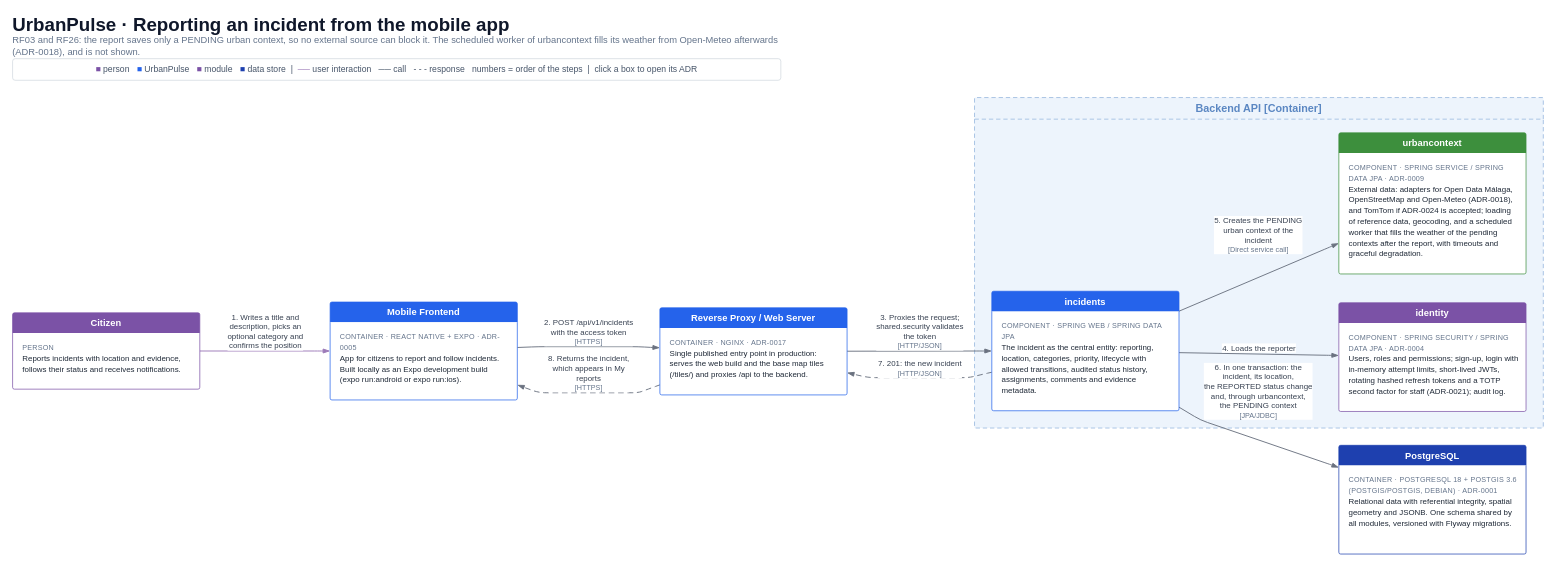
Before: page "10 · Reporting an incident from the mobile app" (10 of 10) of docs/architecture/UrbanPulse-C4.drawio in Dalibex/urban-incidence-manager, a draw.io diagram. Source tidied: cells renumbered, new cells numbered last; positions are measured from the earlier drawing's top-left corner, leaving out a move shared by most shapes. Both pictures are drawn from the tidied source at 72%, with x=0, y=0 at pixel (12, 12).
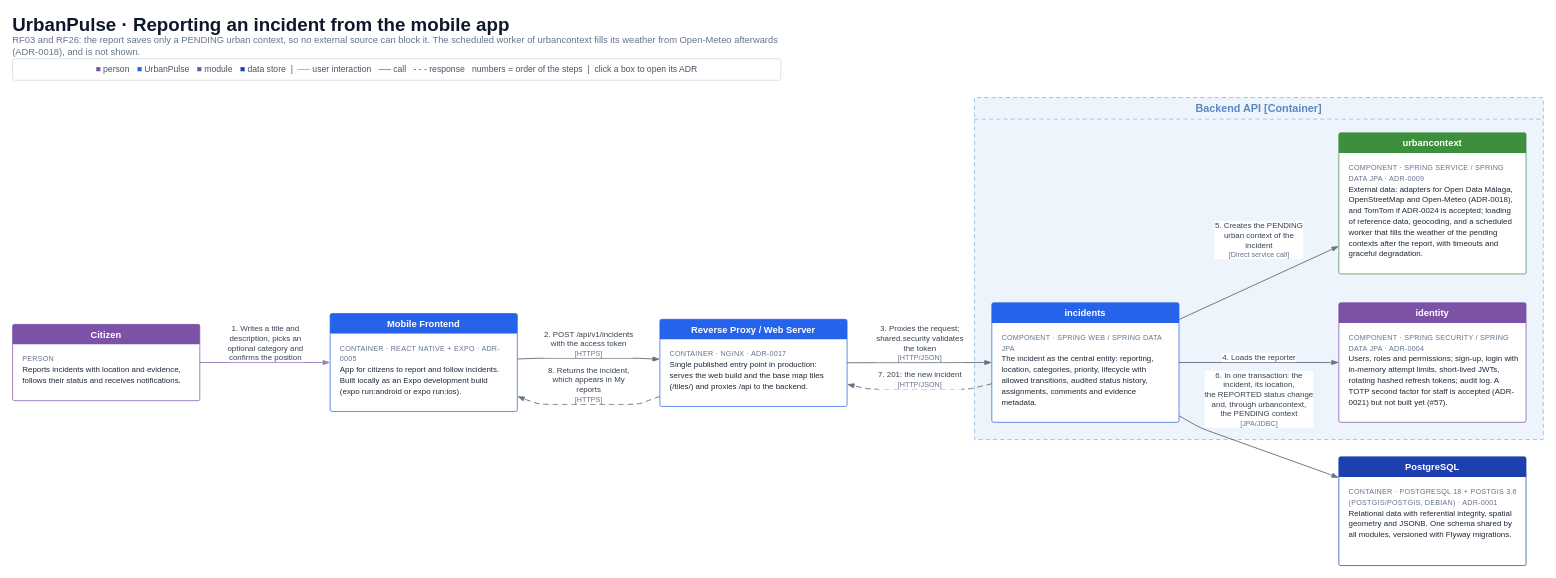
Above is the later version.

Commit message (it also covers changes not shown here):
docs: present the staff second factor as accepted but not built yet

The change refers to these unchanged cells:
```xml
<mxCell id="22" value="urbancontext" style="swimlane;html=1;whiteSpace=wrap;rounded=1;arcSize=3;startSize=28;fillColor=#3d8f3d;swimlaneFillColor=#FFFFFF;strokeColor=#3d8f3d;fontColor=#ffffff;fontFamily=Helvetica;fontSize=13;fontStyle=1;swimlaneLine=0;" parent="1" vertex="1">
  <mxGeometry x="1842" y="167" width="260" height="196" as="geometry" />
</mxCell>
```

Change to the diagram source:
```diff
@@
     <mxCell id="5" value="Backend API  [Container]" style="swimlane;html=1;whiteSpace=wrap;rounded=1;arcSize=1;dashed=1;dashPattern=6 4;startSize=30;fillColor=#EDF4FC;swimlaneFillColor=#EDF4FC;strokeColor=#8DB0DB;fontColor=#5B87C2;fontFamily=Helvetica;fontSize=15;fontStyle=1;" parent="1" vertex="1">
-      <mxGeometry x="1336" y="118" width="790" height="459" as="geometry" />
+      <mxGeometry x="1336" y="118" width="790" height="475" as="geometry" />
     </mxCell>
     <mxCell id="6" value="1. Writes a title and&lt;br&gt;description, picks an&lt;br&gt;optional category and&lt;br&gt;confirms the position" style="edgeStyle=none;rounded=1;arcSize=20;html=1;strokeColor=#9C7AB8;strokeWidth=1.3;endArrow=blockThin;endFill=1;endSize=7;fontFamily=Helvetica;fontSize=11;fontColor=#374151;labelBackgroundColor=#FFFFFF;spacing=2;" parent="1" edge="1" source="14" target="16">
       <mxGeometry relative="1" as="geometry">
         <Array as="points">
-          <mxPoint x="429" y="470" />
+          <mxPoint x="429" y="486" />
         </Array>
         <mxPoint y="-27" as="offset" />
       </mxGeometry>
     </mxCell>
     <mxCell id="7" value="2. POST /api/v1/incidents&lt;br&gt;with the access token&lt;br&gt;&lt;font style=&quot;font-size:10px&quot; color=&quot;#64748B&quot;&gt;[HTTPS]&lt;/font&gt;" style="edgeStyle=none;rounded=1;arcSize=20;html=1;strokeColor=#6b7280;strokeWidth=1.3;endArrow=blockThin;endFill=1;endSize=7;fontFamily=Helvetica;fontSize=11;fontColor=#374151;labelBackgroundColor=#FFFFFF;spacing=2;" parent="1" edge="1" source="16" target="26">
       <mxGeometry relative="1" as="geometry">
         <Array as="points">
-          <mxPoint x="731" y="464" />
-          <mxPoint x="869" y="464" />
-          <mxPoint x="887" y="465" />
+          <mxPoint x="731" y="480" />
+          <mxPoint x="869" y="480" />
+          <mxPoint x="887" y="481" />
         </Array>
         <mxPoint y="-20" as="offset" />
       </mxGeometry>
     </mxCell>
     <mxCell id="8" value="3. Proxies the request;&lt;br&gt;shared.security validates&lt;br&gt;the token&lt;br&gt;&lt;font style=&quot;font-size:10px&quot; color=&quot;#64748B&quot;&gt;[HTTP/JSON]&lt;/font&gt;" style="edgeStyle=none;rounded=1;arcSize=20;html=1;strokeColor=#6b7280;strokeWidth=1.3;endArrow=blockThin;endFill=1;endSize=7;fontFamily=Helvetica;fontSize=11;fontColor=#374151;labelBackgroundColor=#FFFFFF;spacing=2;" parent="1" edge="1" source="26" target="20">
       <mxGeometry relative="1" as="geometry">
         <Array as="points">
-          <mxPoint x="1349" y="470" />
+          <mxPoint x="1349" y="486" />
         </Array>
         <mxPoint y="-27" as="offset" />
       </mxGeometry>
     </mxCell>
     <mxCell id="9" value="4. Loads the reporter" style="edgeStyle=none;rounded=1;arcSize=20;html=1;strokeColor=#6b7280;strokeWidth=1.3;endArrow=blockThin;endFill=1;endSize=7;fontFamily=Helvetica;fontSize=11;fontColor=#374151;labelBackgroundColor=#FFFFFF;spacing=2;" parent="1" edge="1" source="20" target="18">
       <mxGeometry relative="1" as="geometry">
         <Array as="points">
-          <mxPoint x="1830" y="476" />
+          <mxPoint x="1830" y="486" />
         </Array>
-        <mxPoint y="-8" as="offset" />
+        <mxPoint y="-7" as="offset" />
       </mxGeometry>
     </mxCell>
     <mxCell id="10" value="5. Creates the PENDING&lt;br&gt;urban context of the&lt;br&gt;incident&lt;br&gt;&lt;font style=&quot;font-size:10px&quot; color=&quot;#64748B&quot;&gt;[Direct service call]&lt;/font&gt;" style="edgeStyle=none;rounded=1;arcSize=20;html=1;strokeColor=#6b7280;strokeWidth=1.3;endArrow=blockThin;endFill=1;endSize=7;fontFamily=Helvetica;fontSize=11;fontColor=#374151;labelBackgroundColor=#FFFFFF;spacing=2;" parent="1" edge="1" source="20" target="22">
       <mxGeometry relative="1" as="geometry">
         <Array as="points">
-          <mxPoint x="1831" y="325" />
+          <mxPoint x="1832" y="329" />
         </Array>
-        <mxPoint x="-1" y="-58" as="offset" />
+        <mxPoint y="-59" as="offset" />
       </mxGeometry>
     </mxCell>
     <mxCell id="11" value="6. In one transaction: the&lt;br&gt;incident, its location,&lt;br&gt;the REPORTED status change&lt;br&gt;and, through urbancontext,&lt;br&gt;the PENDING context&lt;br&gt;&lt;font style=&quot;font-size:10px&quot; color=&quot;#64748B&quot;&gt;[JPA/JDBC]&lt;/font&gt;" style="edgeStyle=none;rounded=1;arcSize=20;html=1;strokeColor=#6b7280;strokeWidth=1.3;endArrow=blockThin;endFill=1;endSize=7;fontFamily=Helvetica;fontSize=11;fontColor=#374151;labelBackgroundColor=#FFFFFF;spacing=2;" parent="1" edge="1" source="20" target="24">
       <mxGeometry relative="1" as="geometry">
         <Array as="points">
-          <mxPoint x="1650" y="566" />
-          <mxPoint x="1831" y="628" />
+          <mxPoint x="1650" y="577" />
+          <mxPoint x="1831" y="642" />
         </Array>
-        <mxPoint x="1" y="-67" as="offset" />
+        <mxPoint x="1" y="-69" as="offset" />
       </mxGeometry>
     </mxCell>
     <mxCell id="12" value="7. 201: the new incident&lt;br&gt;&lt;font style=&quot;font-size:10px&quot; color=&quot;#64748B&quot;&gt;[HTTP/JSON]&lt;/font&gt;" style="edgeStyle=none;rounded=1;arcSize=20;html=1;strokeColor=#6b7280;strokeWidth=1.3;endArrow=blockThin;endFill=1;endSize=7;dashed=1;dashPattern=6 4;fontFamily=Helvetica;fontSize=11;fontColor=#374151;labelBackgroundColor=#FFFFFF;spacing=2;" parent="1" edge="1" source="20" target="26">
       <mxGeometry relative="1" as="geometry">
         <Array as="points">
-          <mxPoint x="1349" y="502" />
-          <mxPoint x="1328" y="507" />
-          <mxPoint x="1189" y="507" />
+          <mxPoint x="1349" y="518" />
+          <mxPoint x="1328" y="523" />
+          <mxPoint x="1189" y="523" />
         </Array>
         <mxPoint y="-13" as="offset" />
       </mxGeometry>
     </mxCell>
     <mxCell id="13" value="8. Returns the incident,&lt;br&gt;which appears in My&lt;br&gt;reports&lt;br&gt;&lt;font style=&quot;font-size:10px&quot; color=&quot;#64748B&quot;&gt;[HTTPS]&lt;/font&gt;" style="edgeStyle=none;rounded=1;arcSize=20;html=1;strokeColor=#6b7280;strokeWidth=1.3;endArrow=blockThin;endFill=1;endSize=7;dashed=1;dashPattern=6 4;fontFamily=Helvetica;fontSize=11;fontColor=#374151;labelBackgroundColor=#FFFFFF;spacing=2;" parent="1" edge="1" source="26" target="16">
       <mxGeometry relative="1" as="geometry">
         <Array as="points">
-          <mxPoint x="888" y="521" />
-          <mxPoint x="869" y="528" />
-          <mxPoint x="731" y="528" />
+          <mxPoint x="888" y="537" />
+          <mxPoint x="869" y="544" />
+          <mxPoint x="731" y="544" />
         </Array>
         <mxPoint y="-27" as="offset" />
       </mxGeometry>
     </mxCell>
     <mxCell id="14" value="Citizen" style="swimlane;html=1;whiteSpace=wrap;rounded=1;arcSize=3;startSize=28;fillColor=#7b52a6;swimlaneFillColor=#FFFFFF;strokeColor=#7b52a6;fontColor=#ffffff;fontFamily=Helvetica;fontSize=13;fontStyle=1;swimlaneLine=0;" parent="1" vertex="1">
-      <mxGeometry y="417" width="260" height="106" as="geometry" />
+      <mxGeometry y="433" width="260" height="106" as="geometry" />
     </mxCell>
@@
     <mxCell id="16" value="Mobile Frontend" style="swimlane;html=1;whiteSpace=wrap;rounded=1;arcSize=3;startSize=28;fillColor=#2563eb;swimlaneFillColor=#FFFFFF;strokeColor=#2563eb;fontColor=#ffffff;fontFamily=Helvetica;fontSize=13;fontStyle=1;swimlaneLine=0;" parent="1" vertex="1">
-      <mxGeometry x="441" y="402" width="260" height="136" as="geometry" />
+      <mxGeometry x="441" y="418" width="260" height="136" as="geometry" />
     </mxCell>
@@
     <mxCell id="18" value="identity" style="swimlane;html=1;whiteSpace=wrap;rounded=1;arcSize=3;startSize=28;fillColor=#7b52a6;swimlaneFillColor=#FFFFFF;strokeColor=#7b52a6;fontColor=#ffffff;fontFamily=Helvetica;fontSize=13;fontStyle=1;swimlaneLine=0;" parent="1" vertex="1">
-      <mxGeometry x="1842" y="403" width="260" height="151" as="geometry" />
+      <mxGeometry x="1842" y="403" width="260" height="166" as="geometry" />
     </mxCell>
-    <mxCell id="19" value="&lt;div style=&quot;color:#64748B;font-size:10px;line-height:15px;letter-spacing:0.3px;&quot;&gt;COMPONENT · SPRING SECURITY / SPRING DATA JPA · ADR-0004&lt;/div&gt;&lt;div style=&quot;line-height:15px;&quot;&gt;Users, roles and permissions; sign-up, login with in-memory attempt limits, short-lived JWTs, rotating hashed refresh tokens and a TOTP second factor for staff (ADR-0021); audit log.&lt;/div&gt;" style="text;html=1;whiteSpace=wrap;align=left;verticalAlign=top;fontFamily=Helvetica;fontSize=11;fontColor=#1F2937;spacingLeft=12;spacingRight=10;spacingTop=6;" parent="18" vertex="1">
-      <mxGeometry y="28" width="260" height="123" as="geometry" />
+    <mxCell id="19" value="&lt;div style=&quot;color:#64748B;font-size:10px;line-height:15px;letter-spacing:0.3px;&quot;&gt;COMPONENT · SPRING SECURITY / SPRING DATA JPA · ADR-0004&lt;/div&gt;&lt;div style=&quot;line-height:15px;&quot;&gt;Users, roles and permissions; sign-up, login with in-memory attempt limits, short-lived JWTs, rotating hashed refresh tokens; audit log. A TOTP second factor for staff is accepted (ADR-0021) but not built yet (#57).&lt;/div&gt;" style="text;html=1;whiteSpace=wrap;align=left;verticalAlign=top;fontFamily=Helvetica;fontSize=11;fontColor=#1F2937;spacingLeft=12;spacingRight=10;spacingTop=6;" parent="18" vertex="1">
+      <mxGeometry y="28" width="260" height="138" as="geometry" />
     </mxCell>
     <mxCell id="20" value="incidents" style="swimlane;html=1;whiteSpace=wrap;rounded=1;arcSize=3;startSize=28;fillColor=#2563eb;swimlaneFillColor=#FFFFFF;strokeColor=#2563eb;fontColor=#ffffff;fontFamily=Helvetica;fontSize=13;fontStyle=1;swimlaneLine=0;" parent="1" vertex="1">
-      <mxGeometry x="1360" y="387" width="260" height="166" as="geometry" />
+      <mxGeometry x="1360" y="403" width="260" height="166" as="geometry" />
     </mxCell>
@@
     <mxCell id="24" value="PostgreSQL" style="swimlane;html=1;whiteSpace=wrap;rounded=1;arcSize=3;startSize=28;fillColor=#1e40af;swimlaneFillColor=#FFFFFF;strokeColor=#1e40af;fontColor=#ffffff;fontFamily=Helvetica;fontSize=13;fontStyle=1;swimlaneLine=0;" parent="1" vertex="1">
-      <mxGeometry x="1842" y="601" width="260" height="151" as="geometry" />
+      <mxGeometry x="1842" y="617" width="260" height="151" as="geometry" />
     </mxCell>
@@
     <mxCell id="26" value="Reverse Proxy / Web Server" style="swimlane;html=1;whiteSpace=wrap;rounded=1;arcSize=3;startSize=28;fillColor=#2563eb;swimlaneFillColor=#FFFFFF;strokeColor=#2563eb;fontColor=#ffffff;fontFamily=Helvetica;fontSize=13;fontStyle=1;swimlaneLine=0;" parent="1" vertex="1">
-      <mxGeometry x="899" y="410" width="260" height="121" as="geometry" />
+      <mxGeometry x="899" y="426" width="260" height="121" as="geometry" />
     </mxCell>
```
